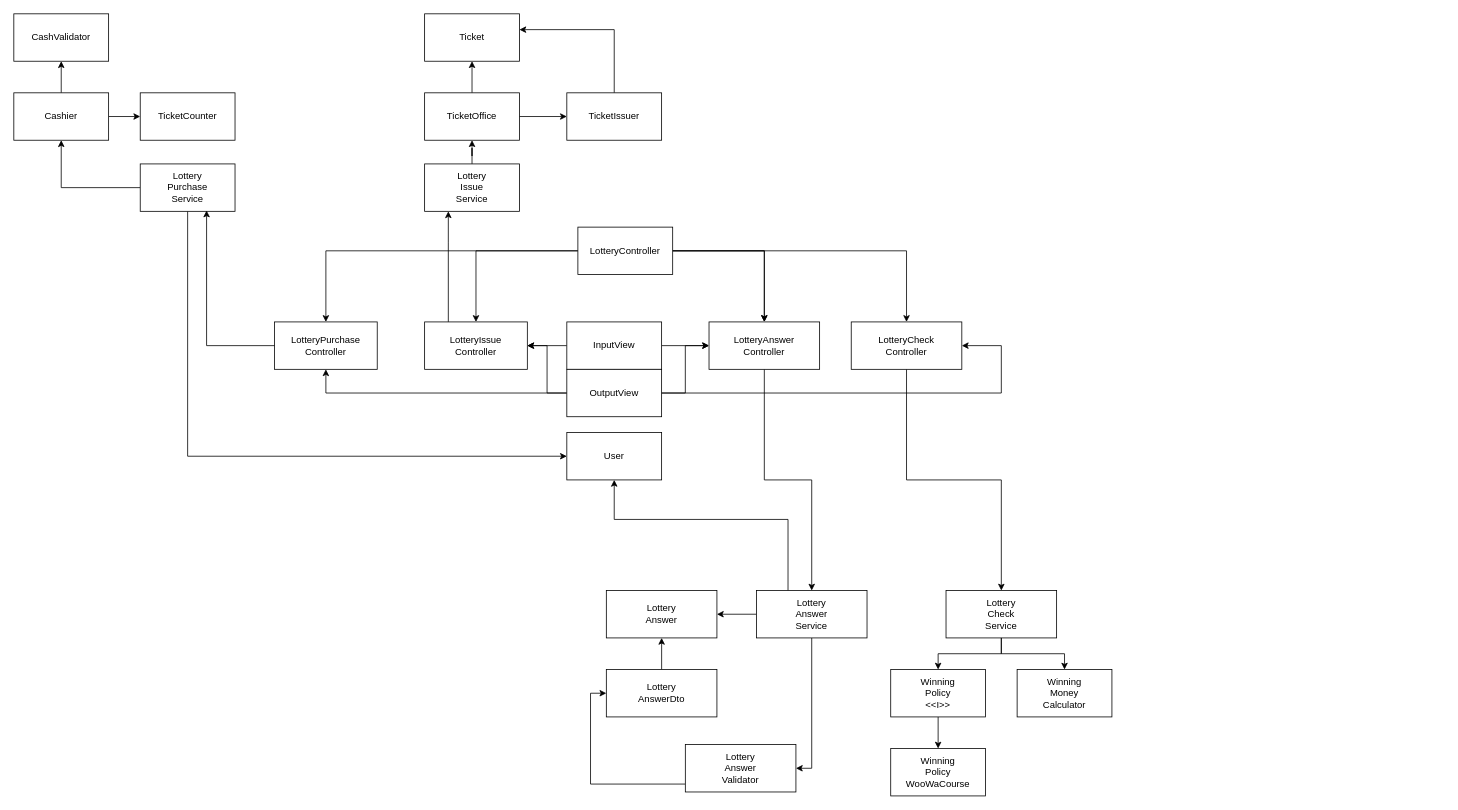
The draw.io diagram docs/로또게임-6기.drawio in woowacourse-precourse/java-lotto-6, before the edit. Source tidied: cells renumbered, new cells numbered last; positions are measured from the earlier drawing's top-left corner, leaving out a move shared by most shapes. Both pictures are drawn from the tidied source at 79%, with x=0, y=0 at pixel (13, 13).
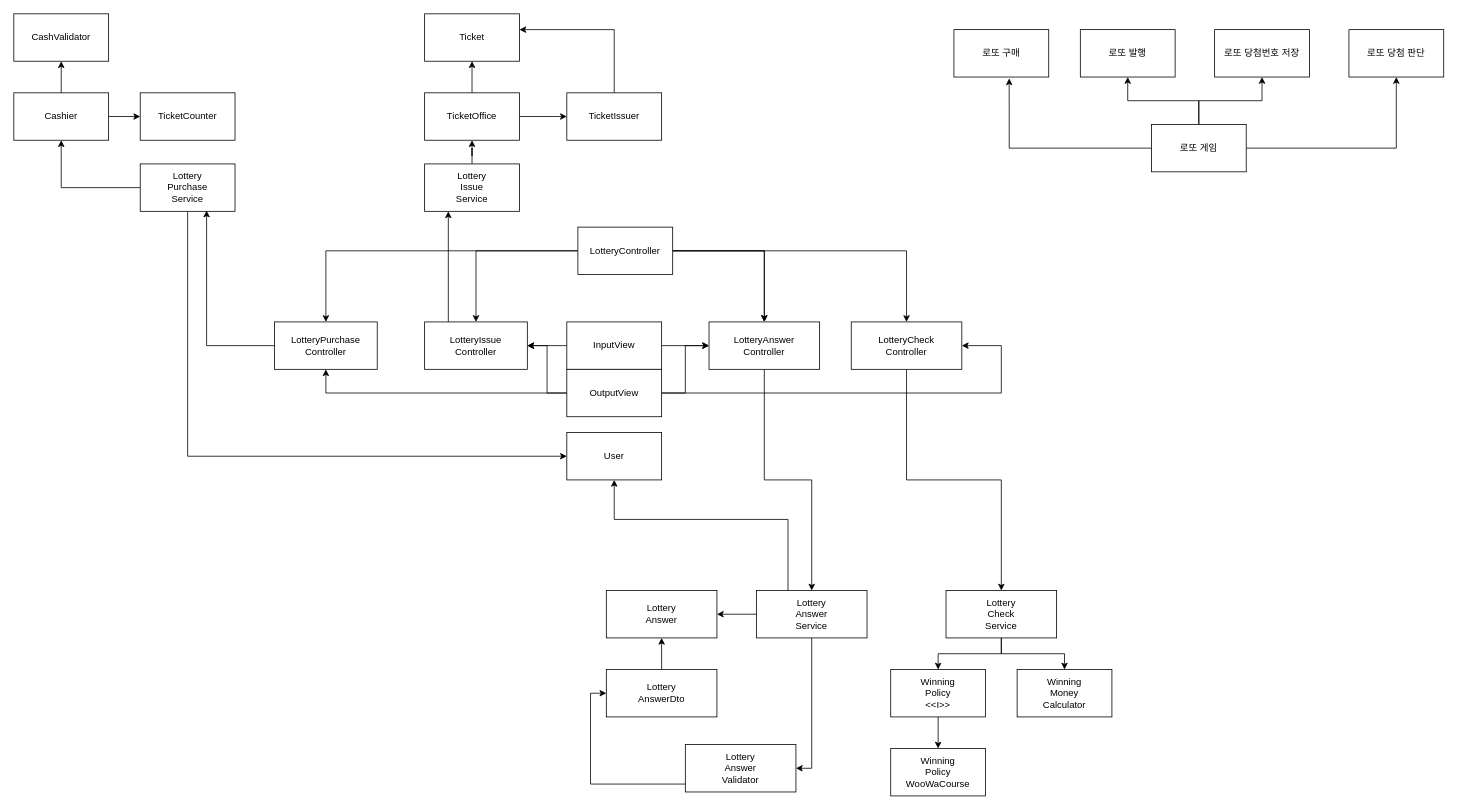
The same diagram, later.

Commit message (it also covers changes not shown here):
로또게임-6기.drawio 업데이트

Diff of the diagram source:
```diff
@@
+    <mxCell id="57" value="로또 구매" style="rounded=0;whiteSpace=wrap;html=1;" parent="1" vertex="1">
+      <mxGeometry x="1190" y="20" width="120" height="60" as="geometry" />
+    </mxCell>
+    <mxCell id="58" value="로또 발행" style="rounded=0;whiteSpace=wrap;html=1;" parent="1" vertex="1">
+      <mxGeometry x="1350" y="20" width="120" height="60" as="geometry" />
+    </mxCell>
+    <mxCell id="59" value="로또 당첨번호 저장" style="rounded=0;whiteSpace=wrap;html=1;" parent="1" vertex="1">
+      <mxGeometry x="1520" y="20" width="120" height="60" as="geometry" />
+    </mxCell>
+    <mxCell id="60" value="로또 당첨 판단" style="rounded=0;whiteSpace=wrap;html=1;" parent="1" vertex="1">
+      <mxGeometry x="1690" y="20" width="120" height="60" as="geometry" />
+    </mxCell>
+    <mxCell id="61" style="edgeStyle=orthogonalEdgeStyle;rounded=0;jettySize=auto;html=1;" parent="1" edge="1" source="64" target="58">
+      <mxGeometry relative="1" as="geometry" />
+    </mxCell>
+    <mxCell id="62" style="edgeStyle=orthogonalEdgeStyle;rounded=0;jettySize=auto;html=1;" parent="1" edge="1" source="64" target="59">
+      <mxGeometry relative="1" as="geometry" />
+    </mxCell>
+    <mxCell id="63" style="edgeStyle=orthogonalEdgeStyle;rounded=0;jettySize=auto;html=1;" parent="1" edge="1" source="64" target="60">
+      <mxGeometry relative="1" as="geometry" />
+    </mxCell>
+    <mxCell id="64" value="로또 게임" style="rounded=0;whiteSpace=wrap;html=1;" parent="1" vertex="1">
+      <mxGeometry x="1440" y="140" width="120" height="60" as="geometry" />
+    </mxCell>
+    <mxCell id="65" style="edgeStyle=orthogonalEdgeStyle;rounded=0;jettySize=auto;html=1;entryX=0.583;entryY=1.029;entryDx=0;entryDy=0;entryPerimeter=0;" parent="1" edge="1" source="64" target="57">
+      <mxGeometry relative="1" as="geometry" />
+    </mxCell>
```
